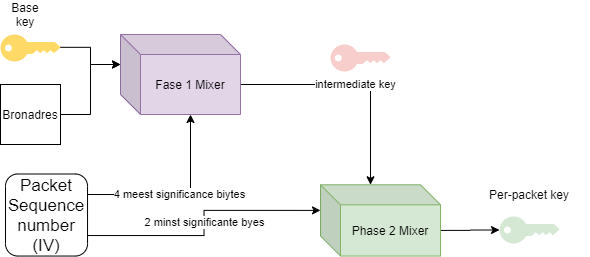
timdams/cyberboswachters_boek keeps this draw.io diagram as Manuscript/assets/wifi/mixing.png. Above is the earlier version. Source tidied: cells renumbered, new cells last; positions are measured from the earlier drawing's top-left corner, leaving out a move shared by most shapes.
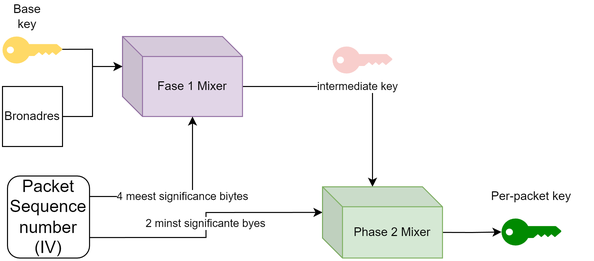
The same diagram one commit later.

Diff of the diagram source:
```diff
@@ -41,7 +41,7 @@
     <mxCell id="14" style="verticalLabelPosition=bottom;html=1;verticalAlign=top;align=center;shape=mxgraph.cisco19.key;rounded=1;shadow=0;fontFamily=Verdana;fontSize=16;fillColor=#f8cecc;strokeColor=#b85450;" parent="1" vertex="1">
       <mxGeometry x="330" y="40" width="60" height="27" as="geometry" />
     </mxCell>
-    <mxCell id="15" style="points=[[0,0.5,0],[0.24,0,0],[0.5,0.28,0],[0.995,0.475,0],[0.5,0.72,0],[0.24,1,0]];verticalLabelPosition=bottom;html=1;verticalAlign=top;align=center;shape=mxgraph.cisco19.key;rounded=1;shadow=0;fontFamily=Verdana;fontSize=16;fillColor=#d5e8d4;strokeColor=#82b366;strokeWidth=2;" parent="1" vertex="1">
+    <mxCell id="15" style="points=[[0,0.5,0],[0.24,0,0],[0.5,0.28,0],[0.995,0.475,0],[0.5,0.72,0],[0.24,1,0]];verticalLabelPosition=bottom;html=1;verticalAlign=top;align=center;shape=mxgraph.cisco19.key;rounded=1;shadow=0;fontFamily=Verdana;fontSize=16;fillColor=#008a00;strokeColor=#005700;strokeWidth=2;fontColor=#ffffff;" parent="1" vertex="1">
       <mxGeometry x="499" y="212" width="60" height="27" as="geometry" />
     </mxCell>
     <mxCell id="16" value="Per-packet key" style="text;html=1;strokeColor=none;fillColor=none;align=center;verticalAlign=middle;whiteSpace=wrap;rounded=0;" parent="1" vertex="1">
```
